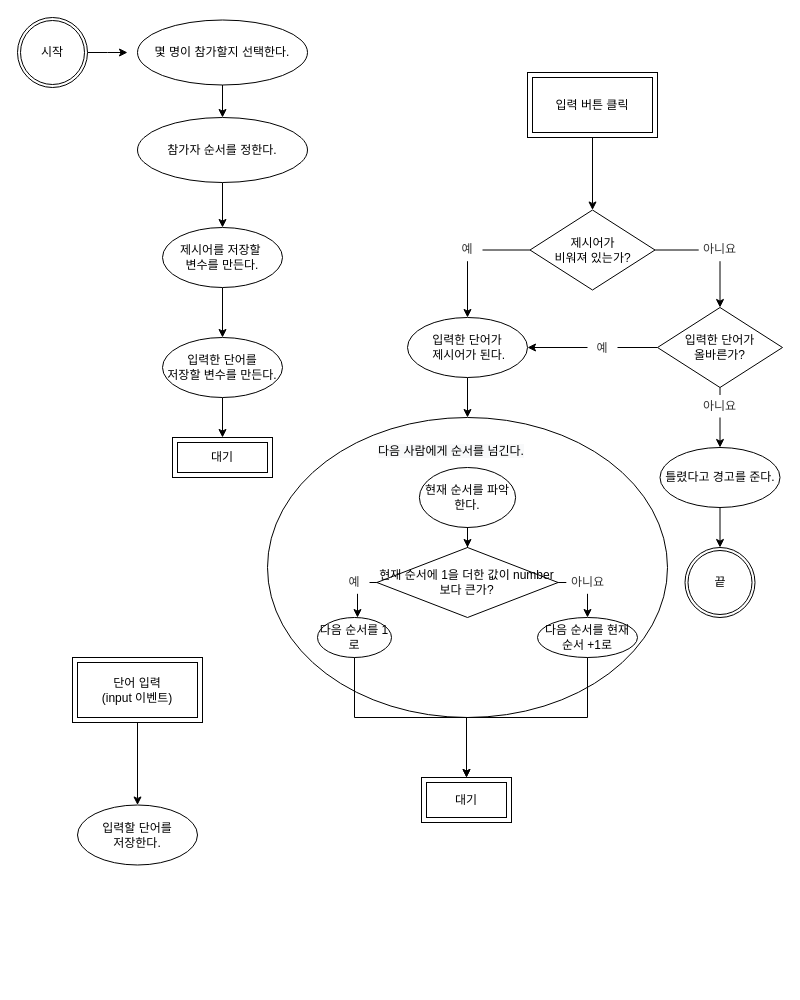
menduck/TIL keeps this draw.io diagram as let'sGetIt_JS/DOM객체다루기_끝말잇기게임/끝말잇기.drawio. Above is the earlier version. Source tidied: cells renumbered, new cells numbered last; positions are measured from the earlier drawing's top-left corner, leaving out a move shared by most shapes. Both pictures are drawn from the tidied source at 100%, with x=0, y=0 at pixel (17, 17).
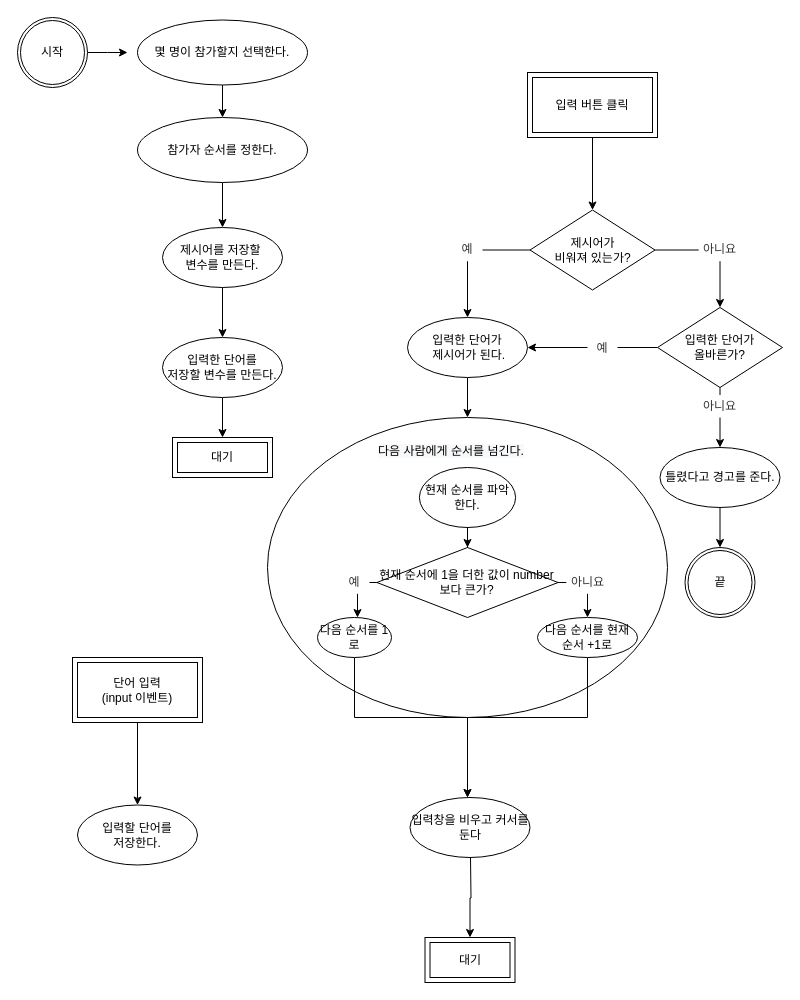
The same page after the edit.

The change refers to these unchanged cells:
```xml
<mxCell id="41" value="다음 순서를 1로" style="ellipse;whiteSpace=wrap;html=1;rounded=0;" parent="34" vertex="1">
  <mxGeometry x="50" y="200" width="74" height="40" as="geometry" />
</mxCell>
<mxCell id="43" value="다음 순서를 현재 순서 +1로" style="ellipse;whiteSpace=wrap;html=1;rounded=0;" parent="34" vertex="1">
  <mxGeometry x="270" y="200" width="100" height="40" as="geometry" />
</mxCell>
```

What changed in the source:
```diff
@@
     <mxCell id="16" value="대기" style="shape=ext;margin=3;double=1;whiteSpace=wrap;html=1;align=center;" parent="1" vertex="1">
-      <mxGeometry x="404" y="760" width="90" height="45" as="geometry" />
+      <mxGeometry x="407.5" y="920" width="90" height="45" as="geometry" />
     </mxCell>
@@
-    <mxCell id="46" style="edgeStyle=orthogonalEdgeStyle;rounded=0;jettySize=auto;html=1;exitX=0.5;exitY=1;exitDx=0;exitDy=0;entryX=0.5;entryY=0;entryDx=0;entryDy=0;" parent="1" edge="1" source="41" target="16">
+    <mxCell id="46" style="edgeStyle=orthogonalEdgeStyle;rounded=0;jettySize=auto;html=1;exitX=0.5;exitY=1;exitDx=0;exitDy=0;" parent="1" edge="1" source="41">
       <mxGeometry relative="1" as="geometry">
+        <mxPoint x="450" y="780" as="targetPoint" />
         <Array as="points">
           <mxPoint x="337" y="700" />
-          <mxPoint x="449" y="700" />
+          <mxPoint x="450" y="700" />
+          <mxPoint x="450" y="780" />
         </Array>
       </mxGeometry>
     </mxCell>
-    <mxCell id="47" style="edgeStyle=orthogonalEdgeStyle;rounded=0;jettySize=auto;html=1;exitX=0.5;exitY=1;exitDx=0;exitDy=0;entryX=0.5;entryY=0;entryDx=0;entryDy=0;" parent="1" edge="1" source="43" target="16">
-      <mxGeometry relative="1" as="geometry" />
+    <mxCell id="47" style="edgeStyle=orthogonalEdgeStyle;rounded=0;jettySize=auto;html=1;exitX=0.5;exitY=1;exitDx=0;exitDy=0;" parent="1" edge="1" source="43">
+      <mxGeometry relative="1" as="geometry">
+        <mxPoint x="450" y="780" as="targetPoint" />
+        <Array as="points">
+          <mxPoint x="570" y="700" />
+          <mxPoint x="450" y="700" />
+        </Array>
+      </mxGeometry>
     </mxCell>
+    <mxCell id="48" value="입력창을 비우고 커서를 둔다" style="ellipse;whiteSpace=wrap;html=1;" parent="1" vertex="1">
+      <mxGeometry x="392.5" y="780" width="120" height="60" as="geometry" />
+    </mxCell>
+    <mxCell id="49" style="edgeStyle=orthogonalEdgeStyle;rounded=0;jettySize=auto;html=1;entryX=0.5;entryY=0;entryDx=0;entryDy=0;" parent="1" edge="1" target="16">
+      <mxGeometry relative="1" as="geometry">
+        <mxPoint x="453" y="840" as="sourcePoint" />
+      </mxGeometry>
+    </mxCell>
```
